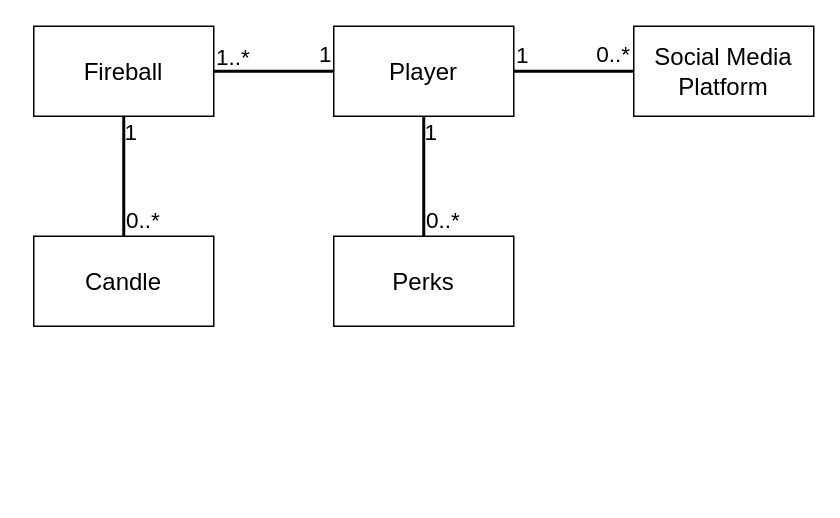
Earlier version of the draw.io diagram page "Domain Model" (2 of 3) of FireballGameDiagrams.drawio (aulo/CISC210Draw). Source tidied: cells renumbered, new cells numbered last; positions are measured from the earlier drawing's top-left corner, leaving out a move shared by most shapes. Both pictures are drawn from the tidied source at 150%, with x=0, y=0 at pixel (33, 26).
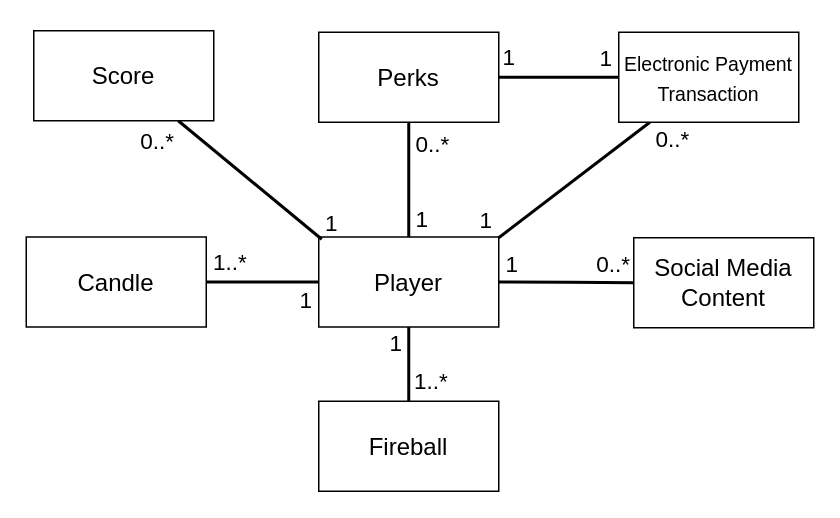
The same diagram, later.

Change to the diagram source:
```diff
@@
     <mxCell id="5" value="Player" style="rounded=0;whiteSpace=wrap;html=1;fontSize=16;" parent="1" vertex="1">
-      <mxGeometry x="200" width="120" height="60" as="geometry" />
+      <mxGeometry x="190" y="140.5" width="120" height="60" as="geometry" />
     </mxCell>
-    <mxCell id="6" value="Social Media Platform" style="rounded=0;whiteSpace=wrap;html=1;fontSize=16;" parent="1" vertex="1">
-      <mxGeometry x="400" width="120" height="60" as="geometry" />
+    <mxCell id="6" value="Social Media Content" style="rounded=0;whiteSpace=wrap;html=1;fontSize=16;" parent="1" vertex="1">
+      <mxGeometry x="400" y="141" width="120" height="60" as="geometry" />
     </mxCell>
+    <mxCell id="19" style="edgeStyle=none;rounded=0;jettySize=auto;html=1;endArrow=none;endFill=0;strokeWidth=2;" parent="1" edge="1" source="7" target="21">
+      <mxGeometry relative="1" as="geometry" />
+    </mxCell>
     <mxCell id="7" value="Perks" style="rounded=0;whiteSpace=wrap;html=1;fontSize=16;" parent="1" vertex="1">
-      <mxGeometry x="200" y="140" width="120" height="60" as="geometry" />
+      <mxGeometry x="190" y="4" width="120" height="60" as="geometry" />
     </mxCell>
-    <mxCell id="8" style="edgeStyle=orthogonalEdgeStyle;curved=1;jettySize=auto;html=1;endArrow=none;endFill=0;strokeWidth=2;fontSize=16;" parent="1" edge="1" source="9" target="10">
-      <mxGeometry relative="1" as="geometry" />
-    </mxCell>
+    <mxCell id="20" style="edgeStyle=none;rounded=0;jettySize=auto;html=1;endArrow=none;endFill=0;strokeWidth=2;" parent="1" edge="1" source="21">
+      <mxGeometry relative="1" as="geometry">
+        <mxPoint x="310" y="141" as="targetPoint" />
+      </mxGeometry>
+    </mxCell>
+    <mxCell id="21" value="&lt;font style=&quot;font-size: 13px&quot;&gt;Electronic Payment Transaction&lt;/font&gt;" style="rounded=0;whiteSpace=wrap;html=1;fontSize=16;" parent="1" vertex="1">
+      <mxGeometry x="390" y="4" width="120" height="60" as="geometry" />
+    </mxCell>
     <mxCell id="9" value="Fireball" style="rounded=0;whiteSpace=wrap;html=1;fontSize=16;" parent="1" vertex="1">
-      <mxGeometry width="120" height="60" as="geometry" />
+      <mxGeometry x="190" y="250" width="120" height="60" as="geometry" />
     </mxCell>
+    <mxCell id="22" style="jettySize=auto;html=1;endArrow=none;endFill=0;strokeWidth=2;rounded=0;" parent="1" edge="1" target="24">
+      <mxGeometry relative="1" as="geometry">
+        <mxPoint x="192" y="142" as="sourcePoint" />
+      </mxGeometry>
+    </mxCell>
+    <mxCell id="23" style="edgeStyle=orthogonalEdgeStyle;curved=1;jettySize=auto;html=1;endArrow=none;endFill=0;strokeWidth=2;" parent="1" edge="1" source="10" target="5">
+      <mxGeometry relative="1" as="geometry" />
+    </mxCell>
     <mxCell id="10" value="Candle" style="rounded=0;whiteSpace=wrap;html=1;fontSize=16;" parent="1" vertex="1">
-      <mxGeometry y="140" width="120" height="60" as="geometry" />
+      <mxGeometry x="-5" y="140.5" width="120" height="60" as="geometry" />
     </mxCell>
     <mxCell id="11" value="&lt;font style=&quot;font-size: 15px&quot;&gt;1..*&lt;/font&gt;" style="text;html=1;strokeColor=none;fillColor=none;align=left;verticalAlign=middle;whiteSpace=wrap;rounded=0;fontSize=8;" parent="1" vertex="1">
-      <mxGeometry x="120" y="10" width="32" height="20" as="geometry" />
+      <mxGeometry x="252" y="226" width="32" height="20" as="geometry" />
     </mxCell>
-    <mxCell id="12" value="&lt;font style=&quot;font-size: 15px&quot;&gt;1&lt;/font&gt;" style="text;html=1;strokeColor=none;fillColor=none;align=right;verticalAlign=middle;whiteSpace=wrap;rounded=0;fontSize=8;" parent="1" vertex="1">
-      <mxGeometry x="169" y="8" width="32" height="20" as="geometry" />
+    <mxCell id="12" value="&lt;font style=&quot;font-size: 15px&quot;&gt;1&lt;/font&gt;" style="text;html=1;strokeColor=none;fillColor=none;align=left;verticalAlign=middle;whiteSpace=wrap;rounded=0;fontSize=8;" parent="1" vertex="1">
+      <mxGeometry x="253" y="118" width="18" height="20" as="geometry" />
     </mxCell>
     <mxCell id="13" value="&lt;font style=&quot;font-size: 15px&quot;&gt;0..*&lt;/font&gt;" style="text;html=1;strokeColor=none;fillColor=none;align=right;verticalAlign=middle;whiteSpace=wrap;rounded=0;fontSize=8;" parent="1" vertex="1">
-      <mxGeometry x="368" y="8" width="32" height="20" as="geometry" />
+      <mxGeometry x="368" y="148" width="32" height="20" as="geometry" />
     </mxCell>
     <mxCell id="14" value="&lt;font style=&quot;font-size: 15px&quot;&gt;1&lt;/font&gt;" style="text;html=1;strokeColor=none;fillColor=none;align=left;verticalAlign=middle;whiteSpace=wrap;rounded=0;fontSize=8;" parent="1" vertex="1">
-      <mxGeometry x="320" y="9" width="32" height="20" as="geometry" />
+      <mxGeometry x="313" y="148" width="32" height="20" as="geometry" />
     </mxCell>
-    <mxCell id="15" value="&lt;font style=&quot;font-size: 15px&quot;&gt;1&lt;/font&gt;" style="text;html=1;strokeColor=none;fillColor=none;align=left;verticalAlign=middle;whiteSpace=wrap;rounded=0;fontSize=8;" parent="1" vertex="1">
-      <mxGeometry x="259" y="60" width="32" height="20" as="geometry" />
+    <mxCell id="15" value="&lt;font style=&quot;font-size: 15px&quot;&gt;1&lt;/font&gt;" style="text;html=1;strokeColor=none;fillColor=none;align=right;verticalAlign=middle;whiteSpace=wrap;rounded=0;fontSize=8;" parent="1" vertex="1">
+      <mxGeometry x="216" y="200.5" width="32" height="20" as="geometry" />
     </mxCell>
     <mxCell id="16" value="&lt;font style=&quot;font-size: 15px&quot;&gt;0..*&lt;/font&gt;" style="text;html=1;strokeColor=none;fillColor=none;align=left;verticalAlign=middle;whiteSpace=wrap;rounded=0;fontSize=8;" parent="1" vertex="1">
-      <mxGeometry x="260" y="119" width="32" height="20" as="geometry" />
+      <mxGeometry x="253" y="68" width="32" height="20" as="geometry" />
     </mxCell>
+    <mxCell id="24" value="Score" style="rounded=0;whiteSpace=wrap;html=1;fontSize=16;" parent="1" vertex="1">
+      <mxGeometry y="3" width="120" height="60" as="geometry" />
+    </mxCell>
+    <mxCell id="25" style="edgeStyle=orthogonalEdgeStyle;curved=1;orthogonalLoop=1;jettySize=auto;html=1;exitX=0.5;exitY=1;exitDx=0;exitDy=0;endArrow=none;endFill=0;strokeWidth=2;" parent="1" edge="1" source="16" target="16">
+      <mxGeometry relative="1" as="geometry" />
+    </mxCell>
+    <mxCell id="26" value="&lt;font style=&quot;font-size: 15px&quot;&gt;0..*&lt;/font&gt;" style="text;html=1;strokeColor=none;fillColor=none;align=right;verticalAlign=middle;whiteSpace=wrap;rounded=0;fontSize=8;" parent="1" vertex="1">
+      <mxGeometry x="64" y="66" width="32" height="20" as="geometry" />
+    </mxCell>
+    <mxCell id="27" value="&lt;font style=&quot;font-size: 15px&quot;&gt;1&lt;/font&gt;" style="text;html=1;strokeColor=none;fillColor=none;align=right;verticalAlign=middle;whiteSpace=wrap;rounded=0;fontSize=8;" parent="1" vertex="1">
+      <mxGeometry x="195" y="120.5" width="10" height="20" as="geometry" />
+    </mxCell>
+    <mxCell id="28" value="&lt;font style=&quot;font-size: 15px&quot;&gt;1&lt;/font&gt;" style="text;html=1;strokeColor=none;fillColor=none;align=right;verticalAlign=middle;whiteSpace=wrap;rounded=0;fontSize=8;" parent="1" vertex="1">
+      <mxGeometry x="156" y="172" width="32" height="20" as="geometry" />
+    </mxCell>
+    <mxCell id="29" value="&lt;font style=&quot;font-size: 15px&quot;&gt;1..*&lt;/font&gt;" style="text;html=1;strokeColor=none;fillColor=none;align=left;verticalAlign=middle;whiteSpace=wrap;rounded=0;fontSize=8;" parent="1" vertex="1">
+      <mxGeometry x="118" y="147" width="32" height="20" as="geometry" />
+    </mxCell>
+    <mxCell id="30" value="&lt;font style=&quot;font-size: 15px&quot;&gt;1&lt;/font&gt;" style="text;html=1;strokeColor=none;fillColor=none;align=right;verticalAlign=middle;whiteSpace=wrap;rounded=0;fontSize=8;" parent="1" vertex="1">
+      <mxGeometry x="290" y="119" width="18" height="20" as="geometry" />
+    </mxCell>
     <mxCell id="17" value="&lt;font style=&quot;font-size: 15px&quot;&gt;1&lt;/font&gt;" style="text;html=1;strokeColor=none;fillColor=none;align=left;verticalAlign=middle;whiteSpace=wrap;rounded=0;fontSize=8;" parent="1" vertex="1">
-      <mxGeometry x="59" y="60" width="32" height="20" as="geometry" />
+      <mxGeometry x="311" y="10" width="18" height="20" as="geometry" />
     </mxCell>
-    <mxCell id="18" value="&lt;font style=&quot;font-size: 15px&quot;&gt;0..*&lt;/font&gt;" style="text;html=1;strokeColor=none;fillColor=none;align=left;verticalAlign=middle;whiteSpace=wrap;rounded=0;fontSize=8;" parent="1" vertex="1">
-      <mxGeometry x="60" y="119" width="32" height="20" as="geometry" />
-    </mxCell>
+    <mxCell id="31" value="&lt;font style=&quot;font-size: 15px&quot;&gt;1&lt;/font&gt;" style="text;html=1;strokeColor=none;fillColor=none;align=right;verticalAlign=middle;whiteSpace=wrap;rounded=0;fontSize=8;" parent="1" vertex="1">
+      <mxGeometry x="370" y="11" width="18" height="20" as="geometry" />
+    </mxCell>
+    <mxCell id="32" value="&lt;span style=&quot;font-size: 15px&quot;&gt;0..*&lt;/span&gt;" style="text;html=1;strokeColor=none;fillColor=none;align=left;verticalAlign=middle;whiteSpace=wrap;rounded=0;fontSize=8;" parent="1" vertex="1">
+      <mxGeometry x="413" y="65" width="18" height="20" as="geometry" />
+    </mxCell>
```
